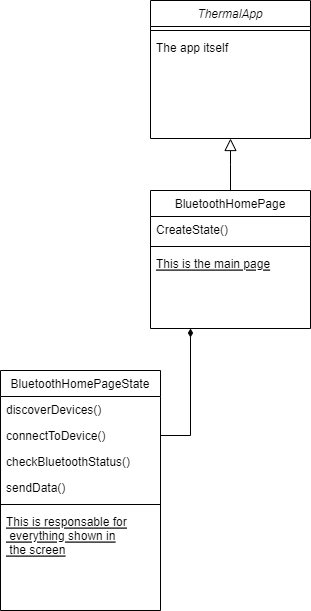
Above: uml_diagram.drawio.png in JBLogistic/Licence_Exam (draw.io), before the change. Source tidied: cells renumbered, new cells last; positions are measured from the earlier drawing's top-left corner, leaving out a move shared by most shapes.
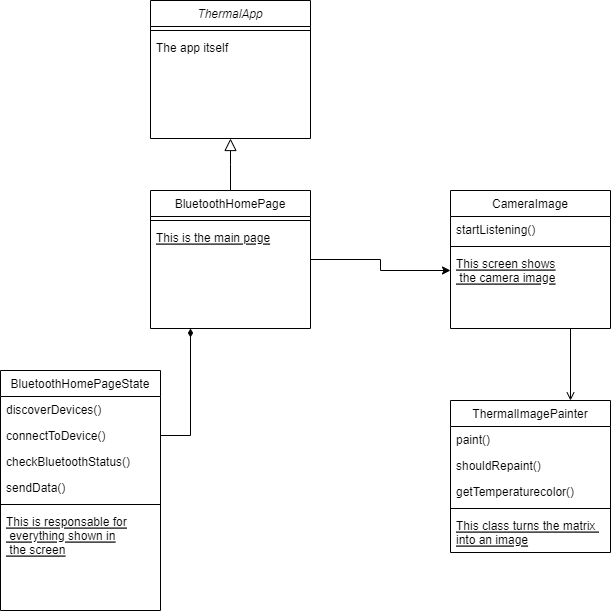
Above is the later version.

What changed in the source:
```diff
@@ -11,17 +11,17 @@
     <mxCell id="4" value="The app itself" style="text;align=left;verticalAlign=top;spacingLeft=4;spacingRight=4;overflow=hidden;" parent="2" vertex="1">
       <mxGeometry y="34" width="160" height="26" as="geometry" />
     </mxCell>
+    <mxCell id="18" style="edgeStyle=orthogonalEdgeStyle;rounded=0;jettySize=auto;html=1;exitX=1;exitY=0.5;exitDx=0;exitDy=0;entryX=0;entryY=0.5;entryDx=0;entryDy=0;" parent="1" edge="1" source="5" target="22">
+      <mxGeometry relative="1" as="geometry" />
+    </mxCell>
     <mxCell id="5" value="BluetoothHomePage" style="swimlane;fontStyle=0;align=center;verticalAlign=top;horizontal=1;startSize=26;rounded=0;shadow=0;strokeWidth=1;" parent="1" vertex="1">
       <mxGeometry x="150" y="190" width="160" height="138" as="geometry" />
     </mxCell>
-    <mxCell id="6" value="CreateState()" style="text;align=left;verticalAlign=top;spacingLeft=4;spacingRight=4;overflow=hidden;rounded=0;shadow=0;html=0;" parent="5" vertex="1">
-      <mxGeometry y="26" width="160" height="26" as="geometry" />
-    </mxCell>
     <mxCell id="7" style="line;html=1;strokeWidth=1;align=left;verticalAlign=middle;spacingTop=-1;spacingLeft=3;spacingRight=3;labelPosition=right;" parent="5" vertex="1">
-      <mxGeometry y="52" width="160" height="8" as="geometry" />
+      <mxGeometry y="26" width="160" height="8" as="geometry" />
     </mxCell>
     <mxCell id="8" value="This is the main page" style="text;align=left;verticalAlign=top;spacingLeft=4;spacingRight=4;overflow=hidden;fontStyle=4;" parent="5" vertex="1">
-      <mxGeometry y="60" width="160" height="26" as="geometry" />
+      <mxGeometry y="34" width="160" height="26" as="geometry" />
     </mxCell>
     <mxCell id="9" style="endArrow=block;endSize=10;endFill=0;shadow=0;strokeWidth=1;rounded=0;edgeStyle=elbowEdgeStyle;elbow=vertical;" parent="1" edge="1" source="5" target="2">
       <mxGeometry relative="1" as="geometry" />
@@ -50,5 +50,38 @@
     <mxCell id="17" style="edgeStyle=orthogonalEdgeStyle;rounded=0;jettySize=auto;html=1;exitX=1;exitY=0.5;exitDx=0;exitDy=0;entryX=0.25;entryY=1;entryDx=0;entryDy=0;endArrow=diamondThin;endFill=1;" parent="1" edge="1" source="12" target="5">
       <mxGeometry relative="1" as="geometry" />
     </mxCell>
+    <mxCell id="19" style="edgeStyle=orthogonalEdgeStyle;rounded=0;jettySize=auto;html=1;exitX=0.75;exitY=1;exitDx=0;exitDy=0;entryX=0.75;entryY=0;entryDx=0;entryDy=0;endArrow=open;endFill=0;" parent="1" edge="1" source="20" target="23">
+      <mxGeometry relative="1" as="geometry" />
+    </mxCell>
+    <mxCell id="20" value="CameraImage" style="swimlane;fontStyle=0;align=center;verticalAlign=top;horizontal=1;startSize=26;rounded=0;shadow=0;strokeWidth=1;" parent="1" vertex="1">
+      <mxGeometry x="450" y="190" width="160" height="138" as="geometry" />
+    </mxCell>
+    <mxCell id="6" value="startListening()" style="text;align=left;verticalAlign=top;spacingLeft=4;spacingRight=4;overflow=hidden;rounded=0;shadow=0;html=0;" parent="20" vertex="1">
+      <mxGeometry y="26" width="160" height="26" as="geometry" />
+    </mxCell>
+    <mxCell id="21" style="line;html=1;strokeWidth=1;align=left;verticalAlign=middle;spacingTop=-1;spacingLeft=3;spacingRight=3;labelPosition=right;" parent="20" vertex="1">
+      <mxGeometry y="52" width="160" height="8" as="geometry" />
+    </mxCell>
+    <mxCell id="22" value="This screen shows&#10; the camera image" style="text;align=left;verticalAlign=top;spacingLeft=4;spacingRight=4;overflow=hidden;points=[[0,0.5],[1,0.5]];portConstraint=eastwest;fontStyle=4;" parent="20" vertex="1">
+      <mxGeometry y="60" width="160" height="40" as="geometry" />
+    </mxCell>
+    <mxCell id="23" value="ThermalImagePainter" style="swimlane;fontStyle=0;align=center;verticalAlign=top;horizontal=1;startSize=26;rounded=0;shadow=0;strokeWidth=1;" parent="1" vertex="1">
+      <mxGeometry x="450" y="400" width="160" height="152" as="geometry" />
+    </mxCell>
+    <mxCell id="24" value="paint()&#10;" style="text;align=left;verticalAlign=top;spacingLeft=4;spacingRight=4;overflow=hidden;rounded=0;shadow=0;html=0;" parent="23" vertex="1">
+      <mxGeometry y="26" width="160" height="26" as="geometry" />
+    </mxCell>
+    <mxCell id="25" value="shouldRepaint()" style="text;align=left;verticalAlign=top;spacingLeft=4;spacingRight=4;overflow=hidden;rounded=0;shadow=0;html=0;" parent="23" vertex="1">
+      <mxGeometry y="52" width="160" height="26" as="geometry" />
+    </mxCell>
+    <mxCell id="26" value="getTemperaturecolor()" style="text;align=left;verticalAlign=top;spacingLeft=4;spacingRight=4;overflow=hidden;rounded=0;shadow=0;html=0;" parent="23" vertex="1">
+      <mxGeometry y="78" width="160" height="26" as="geometry" />
+    </mxCell>
+    <mxCell id="27" style="line;html=1;strokeWidth=1;align=left;verticalAlign=middle;spacingTop=-1;spacingLeft=3;spacingRight=3;labelPosition=right;" parent="23" vertex="1">
+      <mxGeometry y="104" width="160" height="8" as="geometry" />
+    </mxCell>
+    <mxCell id="28" value="This class turns the matrix &#10;into an image" style="text;align=left;verticalAlign=top;spacingLeft=4;spacingRight=4;overflow=hidden;fontStyle=4;" parent="23" vertex="1">
+      <mxGeometry y="112" width="160" height="40" as="geometry" />
+    </mxCell>
   </root>
 </mxGraphModel>
```
